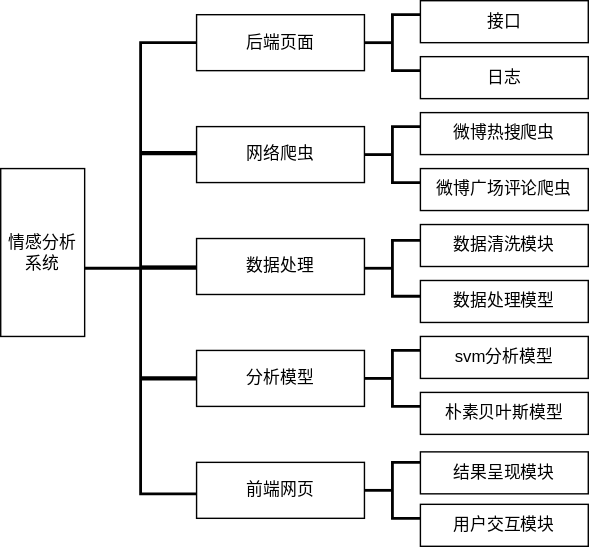
hikari0217/hikari keeps this draw.io diagram as 组成模块.drawio.svg. Above is the earlier version. Source tidied: cells renumbered, new cells last; positions are measured from the earlier drawing's top-left corner, leaving out a move shared by most shapes.
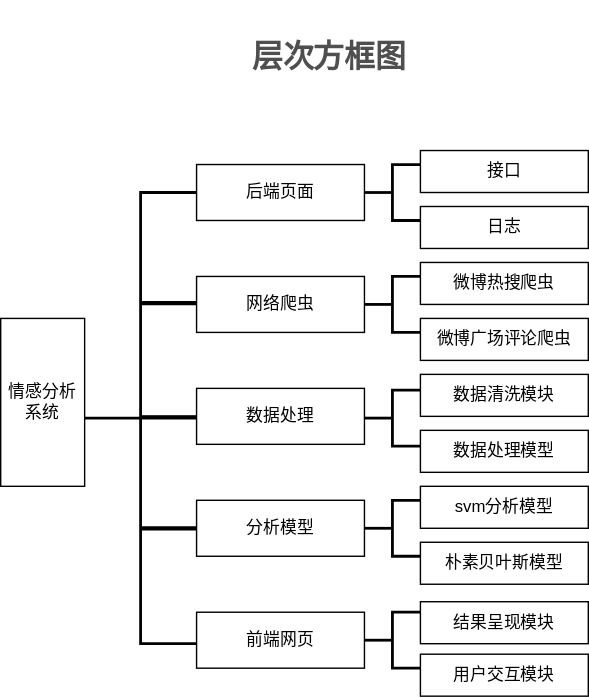
The same file after the commit.

Commit message:
更新组成模块.drawio.svg

What changed in the source:
```diff
@@ -103,5 +103,8 @@
     <mxCell id="27" style="strokeWidth=2;html=1;shape=mxgraph.flowchart.annotation_2;align=left;labelPosition=right;" parent="1" vertex="1">
       <mxGeometry x="260" y="330" width="40" height="40" as="geometry" />
     </mxCell>
+    <mxCell id="28" value="&lt;h1 style=&quot;box-sizing: border-box; outline: 0px; margin: 24px 0px 8px; padding: 0px; font-family: &amp;quot;PingFang SC&amp;quot;, &amp;quot;Microsoft YaHei&amp;quot;, SimHei, Arial, SimSun; font-size: 22px; color: rgb(79, 79, 79); line-height: 32px; overflow-wrap: break-word; font-variant-ligatures: no-common-ligatures; text-align: start; background-color: rgb(255, 255, 255);&quot;&gt;层次方框图&lt;/h1&gt;" style="text;html=1;strokeColor=none;fillColor=none;align=center;verticalAlign=middle;whiteSpace=wrap;rounded=0;" parent="1" vertex="1">
+      <mxGeometry x="110" y="-90" width="250" height="30" as="geometry" />
+    </mxCell>
   </root>
 </mxGraphModel>
```
